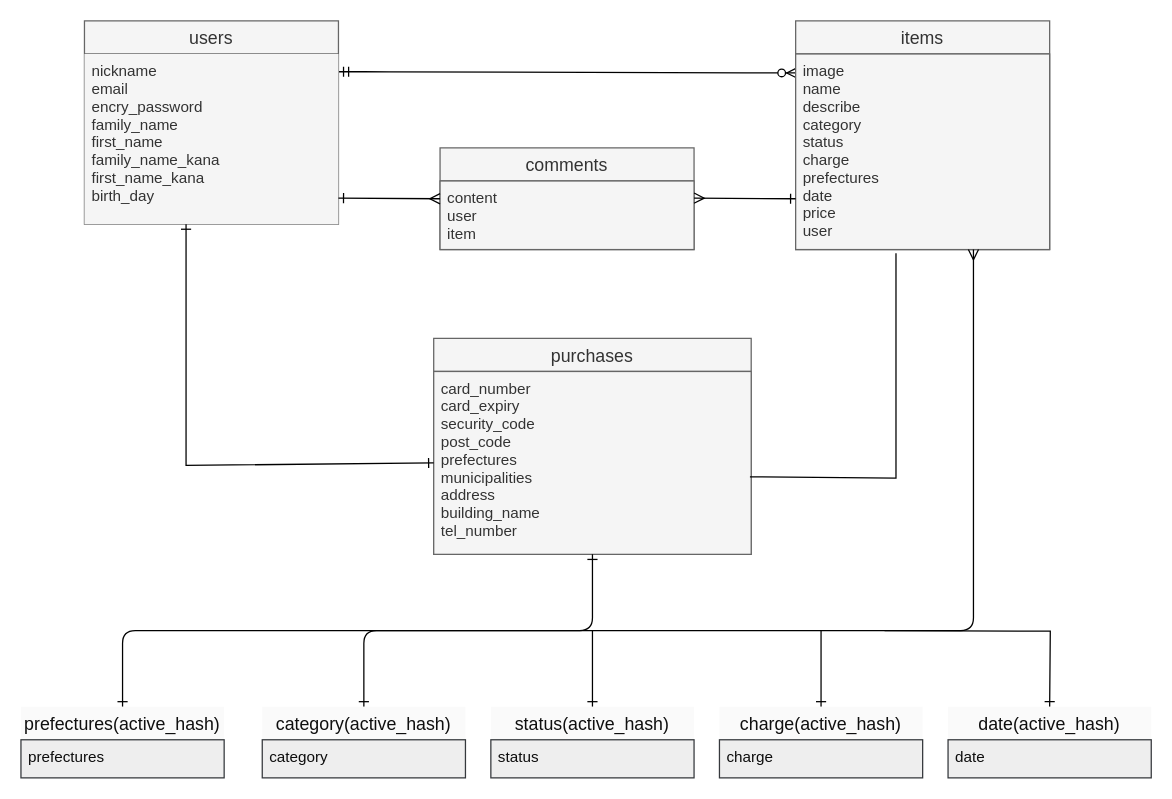
Above: er.dio in TT38294/furima-37409 (draw.io), before the change. Source tidied: cells renumbered, new cells numbered last; positions are measured from the earlier drawing's top-left corner, leaving out a move shared by most shapes. Both pictures are drawn from the tidied source at 127%, with x=0, y=0 at pixel (20, 20).
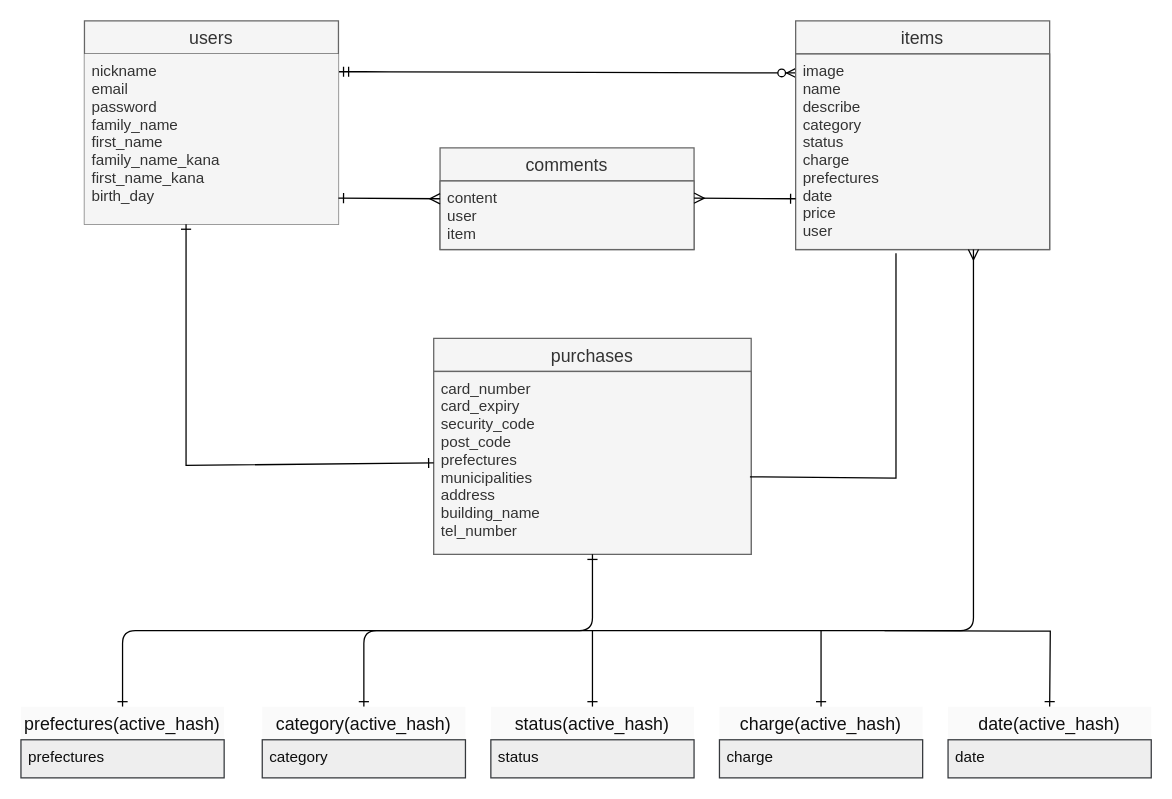
The same diagram, later.

Unchanged cells that the change refers to:
```xml
<mxCell id="7" value="users" style="swimlane;fontStyle=0;horizontal=1;startSize=26;align=center;fontSize=14;fillColor=#f5f5f5;fontColor=#333333;strokeColor=#666666;" parent="1" vertex="1">
  <mxGeometry x="50" width="200" height="160" as="geometry" />
</mxCell>
```

Change to the diagram source:
```diff
@@
-    <mxCell id="8" value="nickname&#10;email&#10;encry_password&#10;family_name&#10;first_name&#10;family_name_kana&#10;first_name_kana&#10;birth_day" style="text;strokeColor=none;fillColor=#f5f5f5;spacingLeft=4;spacingRight=4;overflow=hidden;fontSize=12;fontColor=#333333;" parent="7" vertex="1">
+    <mxCell id="8" value="nickname&#10;email&#10;password&#10;family_name&#10;first_name&#10;family_name_kana&#10;first_name_kana&#10;birth_day" style="text;strokeColor=none;fillColor=#f5f5f5;spacingLeft=4;spacingRight=4;overflow=hidden;fontSize=12;fontColor=#333333;" parent="7" vertex="1">
       <mxGeometry y="26" width="200" height="134" as="geometry" />
     </mxCell>
```
